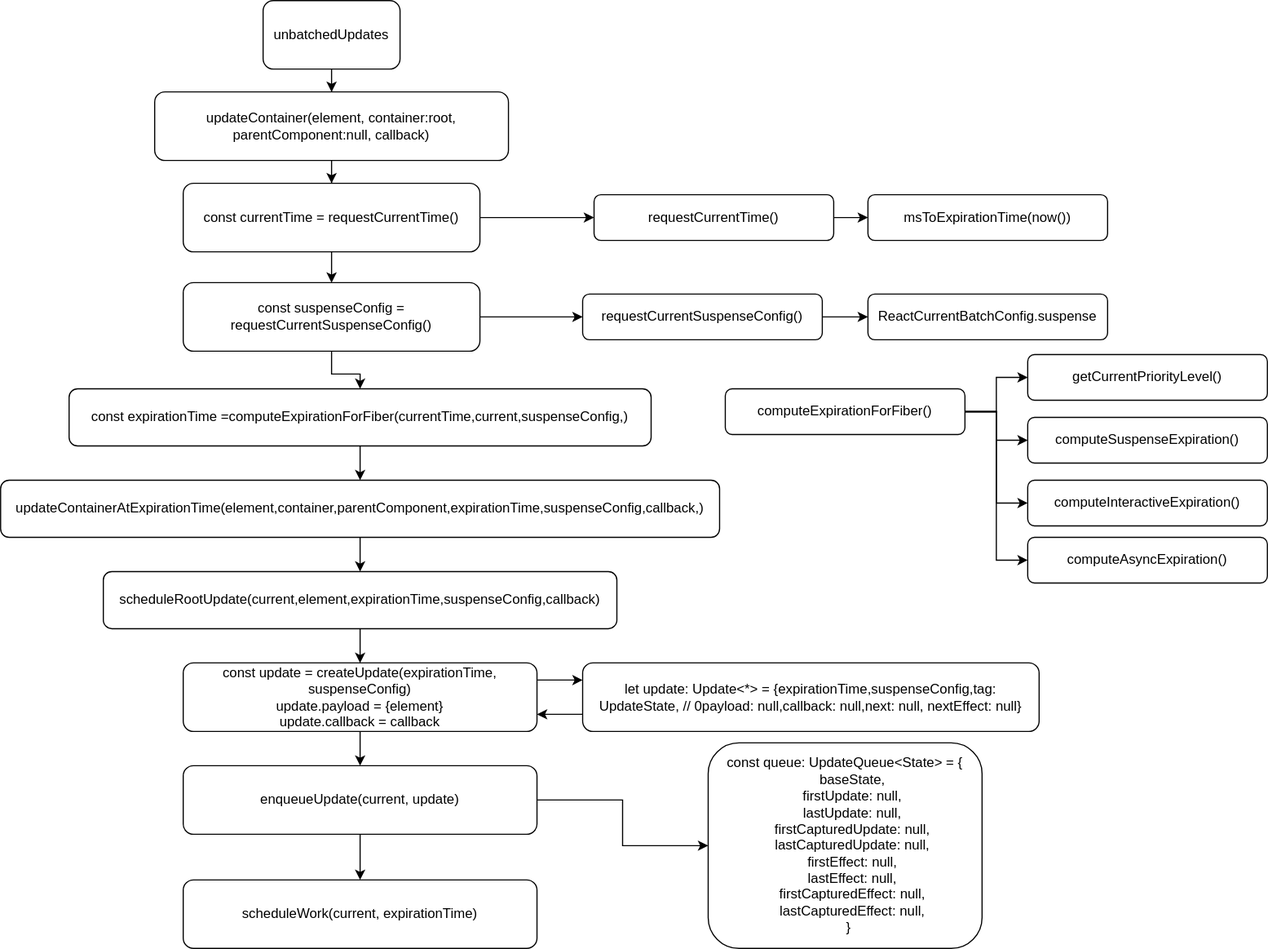
gwtjs/read-code keeps this draw.io diagram as react16.10/图片/updateContainer.svg. Above is the earlier version. Source tidied: cells renumbered, new cells last; positions are measured from the earlier drawing's top-left corner, leaving out a move shared by most shapes.
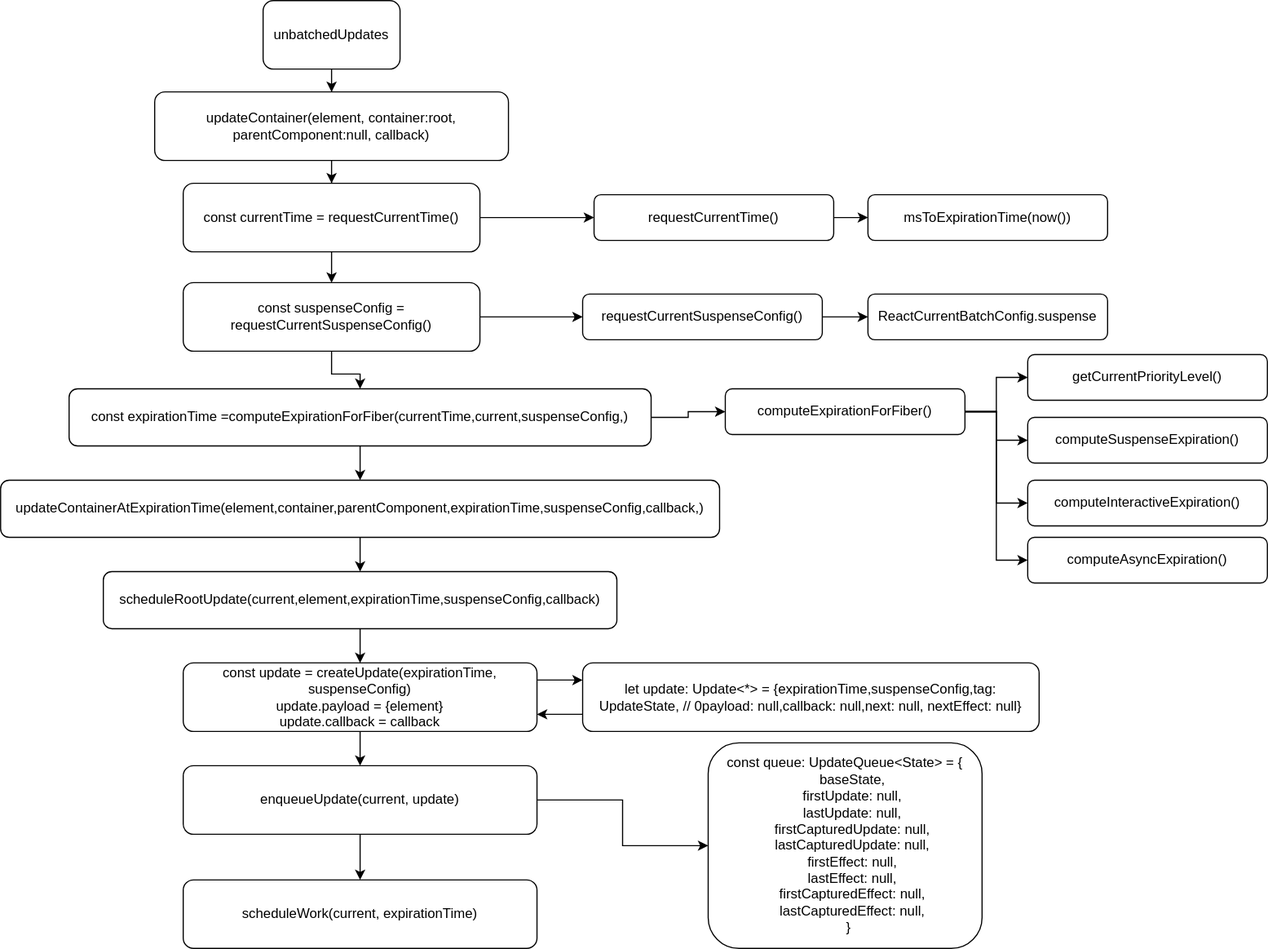
The same diagram one commit later.

Change to the diagram source:
```diff
@@ -35,6 +35,9 @@
     <mxCell id="12" style="edgeStyle=orthogonalEdgeStyle;rounded=0;jettySize=auto;html=1;exitX=0.5;exitY=1;exitDx=0;exitDy=0;" parent="1" edge="1" source="13" target="15">
       <mxGeometry relative="1" as="geometry" />
     </mxCell>
+    <mxCell id="43" style="edgeStyle=orthogonalEdgeStyle;rounded=0;jettySize=auto;html=1;exitX=1;exitY=0.5;exitDx=0;exitDy=0;" parent="1" edge="1" source="13" target="38">
+      <mxGeometry relative="1" as="geometry" />
+    </mxCell>
     <mxCell id="13" value="&lt;div&gt;const expirationTime =computeExpirationForFiber(&lt;span&gt;currentTime,&lt;/span&gt;&lt;span&gt;current,&lt;/span&gt;&lt;span&gt;suspenseConfig,&lt;/span&gt;&lt;span&gt;)&lt;/span&gt;&lt;/div&gt;" style="rounded=1;whiteSpace=wrap;html=1;" parent="1" vertex="1">
       <mxGeometry x="60" y="340" width="510" height="50" as="geometry" />
     </mxCell>
```
